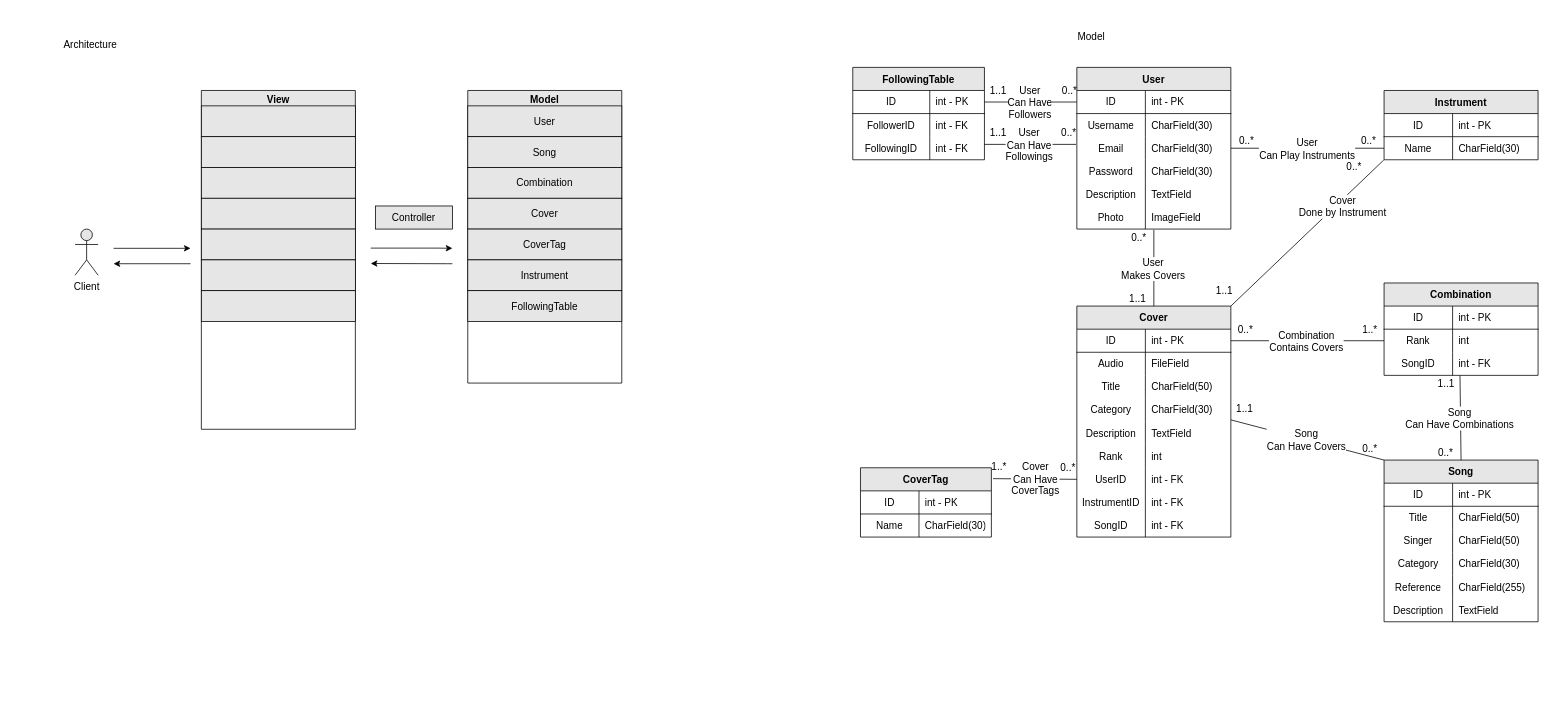
This is system_architecture.drawio from zz-zye/swpp-design, a draw.io file, before an edit. Source tidied: cells renumbered, new cells numbered last; positions are measured from the earlier drawing's top-left corner, leaving out a move shared by most shapes. Both pictures are drawn from the tidied source at 77%, with x=0, y=0 at pixel (13, 13).
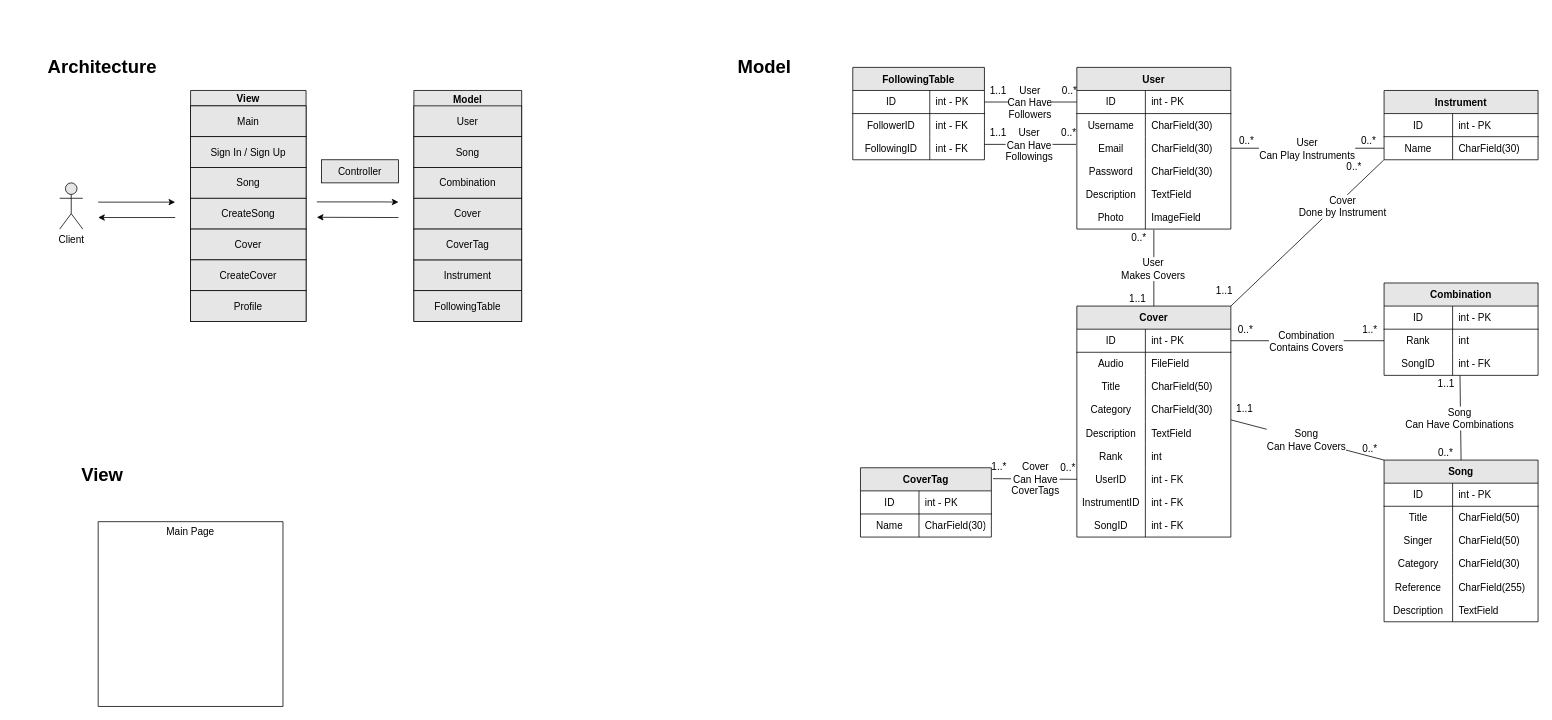
The same page after the edit.

Commit message:
slight change to model, added view

The edit, as a diff of the source:
```diff
@@
     <mxCell id="2" style="edgeStyle=orthogonalEdgeStyle;rounded=0;orthogonalLoop=1;jettySize=auto;html=1;exitX=1;exitY=0.25;exitDx=0;exitDy=0;entryX=0;entryY=0.25;entryDx=0;entryDy=0;fontFamily=Helvetica;fontColor=#000000;labelBackgroundColor=none;labelBorderColor=none;strokeColor=#000000;fontSize=13;" parent="1" edge="1">
       <mxGeometry relative="1" as="geometry">
-        <mxPoint x="130" y="305" as="sourcePoint" />
-        <mxPoint x="230" y="305" as="targetPoint" />
+        <mxPoint x="110" y="245" as="sourcePoint" />
+        <mxPoint x="210" y="245" as="targetPoint" />
       </mxGeometry>
     </mxCell>
     <mxCell id="3" style="edgeStyle=orthogonalEdgeStyle;rounded=0;orthogonalLoop=1;jettySize=auto;html=1;exitX=0;exitY=0.75;exitDx=0;exitDy=0;entryX=1;entryY=0.75;entryDx=0;entryDy=0;fontFamily=Helvetica;fontColor=#000000;labelBackgroundColor=none;labelBorderColor=none;strokeColor=#000000;fontSize=13;" parent="1" edge="1">
       <mxGeometry relative="1" as="geometry">
-        <mxPoint x="230" y="325" as="sourcePoint" />
-        <mxPoint x="130" y="325" as="targetPoint" />
+        <mxPoint x="210" y="265" as="sourcePoint" />
+        <mxPoint x="110" y="265" as="targetPoint" />
         <Array as="points">
-          <mxPoint x="230" y="325" />
-          <mxPoint x="230" y="325" />
+          <mxPoint x="210" y="265" />
+          <mxPoint x="210" y="265" />
         </Array>
       </mxGeometry>
     </mxCell>
-    <mxCell id="4" value="View" style="swimlane;fontFamily=Helvetica;fontColor=#000000;labelBackgroundColor=none;labelBorderColor=none;strokeColor=#000000;fillColor=#E6E6E6;fontSize=13;" parent="1" vertex="1">
-      <mxGeometry x="244" y="100" width="200" height="440" as="geometry" />
+    <mxCell id="4" value="View" style="swimlane;fontFamily=Helvetica;fontColor=#000000;labelBackgroundColor=none;labelBorderColor=none;strokeColor=#000000;fillColor=#E6E6E6;fontSize=13;startSize=20;" parent="1" vertex="1">
+      <mxGeometry x="230" y="100" width="150" height="300" as="geometry" />
     </mxCell>
-    <mxCell id="5" style="whiteSpace=wrap;html=1;fontFamily=Helvetica;fontColor=#000000;labelBackgroundColor=none;labelBorderColor=none;strokeColor=#000000;fillColor=#E6E6E6;fontSize=13;" parent="4" vertex="1">
-      <mxGeometry y="20" width="200" height="40" as="geometry" />
+    <mxCell id="5" value="Main" style="whiteSpace=wrap;html=1;fontFamily=Helvetica;fontColor=#000000;labelBackgroundColor=none;labelBorderColor=none;strokeColor=#000000;fillColor=#E6E6E6;fontSize=13;" parent="4" vertex="1">
+      <mxGeometry y="20" width="150" height="40" as="geometry" />
     </mxCell>
-    <mxCell id="6" style="whiteSpace=wrap;html=1;fontFamily=Helvetica;fontColor=#000000;labelBackgroundColor=none;labelBorderColor=none;strokeColor=#000000;fillColor=#E6E6E6;fontSize=13;" parent="4" vertex="1">
-      <mxGeometry y="60" width="200" height="40" as="geometry" />
+    <mxCell id="6" value="Sign In / Sign Up" style="whiteSpace=wrap;html=1;fontFamily=Helvetica;fontColor=#000000;labelBackgroundColor=none;labelBorderColor=none;strokeColor=#000000;fillColor=#E6E6E6;fontSize=13;" parent="4" vertex="1">
+      <mxGeometry y="60" width="150" height="40" as="geometry" />
     </mxCell>
-    <mxCell id="7" style="whiteSpace=wrap;html=1;fontFamily=Helvetica;fontColor=#000000;labelBackgroundColor=none;labelBorderColor=none;strokeColor=#000000;fillColor=#E6E6E6;fontSize=13;" parent="4" vertex="1">
-      <mxGeometry y="100" width="200" height="40" as="geometry" />
+    <mxCell id="7" value="Song" style="whiteSpace=wrap;html=1;fontFamily=Helvetica;fontColor=#000000;labelBackgroundColor=none;labelBorderColor=none;strokeColor=#000000;fillColor=#E6E6E6;fontSize=13;" parent="4" vertex="1">
+      <mxGeometry y="100" width="150" height="40" as="geometry" />
     </mxCell>
-    <mxCell id="8" style="whiteSpace=wrap;html=1;fontFamily=Helvetica;fontColor=#000000;labelBackgroundColor=none;labelBorderColor=none;strokeColor=#000000;fillColor=#E6E6E6;fontSize=13;" parent="4" vertex="1">
-      <mxGeometry y="140" width="200" height="40" as="geometry" />
+    <mxCell id="8" value="CreateSong" style="whiteSpace=wrap;html=1;fontFamily=Helvetica;fontColor=#000000;labelBackgroundColor=none;labelBorderColor=none;strokeColor=#000000;fillColor=#E6E6E6;fontSize=13;" parent="4" vertex="1">
+      <mxGeometry y="140" width="150" height="40" as="geometry" />
     </mxCell>
-    <mxCell id="9" style="whiteSpace=wrap;html=1;fontFamily=Helvetica;fontColor=#000000;labelBackgroundColor=none;labelBorderColor=none;strokeColor=#000000;fillColor=#E6E6E6;fontSize=13;" parent="4" vertex="1">
-      <mxGeometry y="180" width="200" height="40" as="geometry" />
+    <mxCell id="9" value="Cover" style="whiteSpace=wrap;html=1;fontFamily=Helvetica;fontColor=#000000;labelBackgroundColor=none;labelBorderColor=none;strokeColor=#000000;fillColor=#E6E6E6;fontSize=13;" parent="4" vertex="1">
+      <mxGeometry y="180" width="150" height="40" as="geometry" />
     </mxCell>
-    <mxCell id="10" style="whiteSpace=wrap;html=1;fontFamily=Helvetica;fontColor=#000000;labelBackgroundColor=none;labelBorderColor=none;strokeColor=#000000;fillColor=#E6E6E6;fontSize=13;" parent="4" vertex="1">
-      <mxGeometry y="220" width="200" height="40" as="geometry" />
+    <mxCell id="10" value="CreateCover" style="whiteSpace=wrap;html=1;fontFamily=Helvetica;fontColor=#000000;labelBackgroundColor=none;labelBorderColor=none;strokeColor=#000000;fillColor=#E6E6E6;fontSize=13;" parent="4" vertex="1">
+      <mxGeometry y="220" width="150" height="40" as="geometry" />
     </mxCell>
-    <mxCell id="11" style="whiteSpace=wrap;html=1;fontFamily=Helvetica;fontColor=#000000;labelBackgroundColor=none;labelBorderColor=none;strokeColor=#000000;fillColor=#E6E6E6;fontSize=13;" parent="4" vertex="1">
-      <mxGeometry y="260" width="200" height="40" as="geometry" />
+    <mxCell id="11" value="Profile" style="whiteSpace=wrap;html=1;fontFamily=Helvetica;fontColor=#000000;labelBackgroundColor=none;labelBorderColor=none;strokeColor=#000000;fillColor=#E6E6E6;fontSize=13;" parent="4" vertex="1">
+      <mxGeometry y="260" width="150" height="40" as="geometry" />
     </mxCell>
     <mxCell id="12" value="Controller" style="rounded=0;whiteSpace=wrap;html=1;fontFamily=Helvetica;fontColor=#000000;labelBackgroundColor=none;labelBorderColor=none;strokeColor=#000000;fillColor=#E6E6E6;fontSize=13;" parent="1" vertex="1">
-      <mxGeometry x="470" y="250" width="100" height="30" as="geometry" />
+      <mxGeometry x="400" y="190" width="100" height="30" as="geometry" />
     </mxCell>
     <mxCell id="13" style="edgeStyle=orthogonalEdgeStyle;rounded=0;orthogonalLoop=1;jettySize=auto;html=1;exitX=1;exitY=0.25;exitDx=0;exitDy=0;fontFamily=Helvetica;fontColor=#000000;labelBackgroundColor=none;labelBorderColor=none;strokeColor=#000000;fontSize=13;" parent="1" edge="1">
       <mxGeometry relative="1" as="geometry">
-        <mxPoint x="464" y="304.7" as="sourcePoint" />
-        <mxPoint x="570" y="305" as="targetPoint" />
+        <mxPoint x="394" y="244.7" as="sourcePoint" />
+        <mxPoint x="500" y="245" as="targetPoint" />
         <Array as="points">
-          <mxPoint x="550" y="305" />
-          <mxPoint x="550" y="305" />
+          <mxPoint x="480" y="245" />
+          <mxPoint x="480" y="245" />
         </Array>
       </mxGeometry>
     </mxCell>
     <mxCell id="14" style="edgeStyle=orthogonalEdgeStyle;rounded=0;orthogonalLoop=1;jettySize=auto;html=1;entryX=1;entryY=0.75;entryDx=0;entryDy=0;fontFamily=Helvetica;fontColor=#000000;labelBackgroundColor=none;labelBorderColor=none;strokeColor=#000000;fontSize=13;" parent="1" edge="1">
       <mxGeometry relative="1" as="geometry">
-        <mxPoint x="570" y="325" as="sourcePoint" />
-        <mxPoint x="464" y="324.7" as="targetPoint" />
+        <mxPoint x="500" y="265" as="sourcePoint" />
+        <mxPoint x="394" y="264.7" as="targetPoint" />
         <Array as="points">
-          <mxPoint x="564" y="324.7" />
-          <mxPoint x="564" y="324.7" />
+          <mxPoint x="494" y="264.7" />
+          <mxPoint x="494" y="264.7" />
         </Array>
       </mxGeometry>
     </mxCell>
     <mxCell id="15" value="Model" style="swimlane;fontFamily=Helvetica;fontColor=#000000;labelBackgroundColor=none;labelBorderColor=none;strokeColor=#000000;fillColor=#E6E6E6;fontSize=13;" parent="1" vertex="1">
-      <mxGeometry x="590" y="100" width="200" height="380" as="geometry" />
+      <mxGeometry x="520" y="100" width="140" height="300" as="geometry" />
     </mxCell>
-    <mxCell id="16" value="User" style="whiteSpace=wrap;html=1;fontFamily=Helvetica;fontColor=#000000;labelBackgroundColor=none;labelBorderColor=none;fillColor=#E6E6E6;strokeColor=#000000;fontSize=13;" parent="15" vertex="1">
-      <mxGeometry y="20" width="200" height="40" as="geometry" />
-    </mxCell>
-    <mxCell id="17" value="Song" style="whiteSpace=wrap;html=1;fontFamily=Helvetica;fontColor=#000000;labelBackgroundColor=none;labelBorderColor=none;fillColor=#E6E6E6;strokeColor=#000000;fontSize=13;" parent="15" vertex="1">
-      <mxGeometry y="60" width="200" height="40" as="geometry" />
-    </mxCell>
-    <mxCell id="18" value="Combination" style="whiteSpace=wrap;html=1;fontFamily=Helvetica;fontColor=#000000;labelBackgroundColor=none;labelBorderColor=none;fillColor=#E6E6E6;strokeColor=#000000;fontSize=13;" parent="15" vertex="1">
-      <mxGeometry y="100" width="200" height="40" as="geometry" />
-    </mxCell>
-    <mxCell id="19" value="Cover" style="whiteSpace=wrap;html=1;fontFamily=Helvetica;fontColor=#000000;labelBackgroundColor=none;labelBorderColor=none;fillColor=#E6E6E6;strokeColor=#000000;fontSize=13;" parent="15" vertex="1">
-      <mxGeometry y="140" width="200" height="40" as="geometry" />
-    </mxCell>
-    <mxCell id="20" value="CoverTag" style="whiteSpace=wrap;html=1;fontFamily=Helvetica;fontColor=#000000;labelBackgroundColor=none;labelBorderColor=none;fillColor=#E6E6E6;strokeColor=#000000;fontSize=13;" parent="15" vertex="1">
-      <mxGeometry y="180" width="200" height="40" as="geometry" />
-    </mxCell>
-    <mxCell id="21" value="&lt;span style=&quot;font-size: 13px;&quot;&gt;Instrument&lt;/span&gt;" style="whiteSpace=wrap;html=1;fontFamily=Helvetica;fontColor=#000000;labelBackgroundColor=none;labelBorderColor=none;fillColor=#E6E6E6;strokeColor=#000000;fontSize=13;" parent="15" vertex="1">
-      <mxGeometry y="220" width="200" height="40" as="geometry" />
-    </mxCell>
-    <mxCell id="22" value="&lt;span style=&quot;font-size: 13px;&quot;&gt;FollowingTable&lt;/span&gt;" style="whiteSpace=wrap;html=1;fontFamily=Helvetica;fontColor=#000000;labelBackgroundColor=none;labelBorderColor=none;fillColor=#E6E6E6;strokeColor=#000000;fontSize=13;" parent="15" vertex="1">
-      <mxGeometry y="260" width="200" height="40" as="geometry" />
-    </mxCell>
     <mxCell id="23" value="Client" style="shape=umlActor;verticalLabelPosition=bottom;verticalAlign=top;html=1;fontFamily=Helvetica;fontColor=#000000;labelBackgroundColor=none;labelBorderColor=none;strokeColor=#000000;fillColor=#E6E6E6;fontSize=13;" parent="1" vertex="1">
-      <mxGeometry x="80" y="280" width="30" height="60" as="geometry" />
+      <mxGeometry x="60" y="220" width="30" height="60" as="geometry" />
     </mxCell>
-    <mxCell id="24" value="Architecture" style="text;html=1;strokeColor=none;fillColor=none;align=center;verticalAlign=middle;whiteSpace=wrap;rounded=0;fontFamily=Helvetica;fontSize=13;fontColor=#000000;labelBackgroundColor=none;labelBorderColor=none;" parent="1" vertex="1">
-      <mxGeometry y="10" width="200" height="60" as="geometry" />
-    </mxCell>
-    <mxCell id="25" value="Model" style="text;html=1;strokeColor=none;fillColor=none;align=center;verticalAlign=middle;whiteSpace=wrap;rounded=0;fontFamily=Helvetica;fontSize=13;fontColor=#000000;labelBackgroundColor=none;labelBorderColor=none;" parent="1" vertex="1">
-      <mxGeometry x="1300" width="200" height="60" as="geometry" />
-    </mxCell>
@@
+    <mxCell id="162" style="swimlane;startSize=0;labelBackgroundColor=#ffffff;fontSize=13;fontColor=#000000;strokeColor=#000000;fillColor=#E6E6E6;" parent="1" vertex="1">
+      <mxGeometry x="110" y="660" width="240" height="240" as="geometry" />
+    </mxCell>
+    <mxCell id="163" value="Main Page" style="text;html=1;strokeColor=none;fillColor=none;align=center;verticalAlign=middle;whiteSpace=wrap;rounded=0;labelBackgroundColor=#ffffff;fontSize=13;fontColor=#000000;startSize=30;" parent="162" vertex="1">
+      <mxGeometry x="40" y="3" width="160" height="20" as="geometry" />
+    </mxCell>
+    <mxCell id="21" value="&lt;span style=&quot;font-size: 13px;&quot;&gt;Instrument&lt;/span&gt;" style="whiteSpace=wrap;html=1;fontFamily=Helvetica;fontColor=#000000;labelBackgroundColor=none;labelBorderColor=none;fillColor=#E6E6E6;strokeColor=#000000;fontSize=13;" parent="1" vertex="1">
+      <mxGeometry x="520" y="320" width="140" height="40" as="geometry" />
+    </mxCell>
+    <mxCell id="16" value="User" style="whiteSpace=wrap;html=1;fontFamily=Helvetica;fontColor=#000000;labelBackgroundColor=none;labelBorderColor=none;fillColor=#E6E6E6;strokeColor=#000000;fontSize=13;" parent="1" vertex="1">
+      <mxGeometry x="520" y="120" width="140" height="40" as="geometry" />
+    </mxCell>
+    <mxCell id="17" value="Song" style="whiteSpace=wrap;html=1;fontFamily=Helvetica;fontColor=#000000;labelBackgroundColor=none;labelBorderColor=none;fillColor=#E6E6E6;strokeColor=#000000;fontSize=13;" parent="1" vertex="1">
+      <mxGeometry x="520" y="160" width="140" height="40" as="geometry" />
+    </mxCell>
+    <mxCell id="18" value="Combination" style="whiteSpace=wrap;html=1;fontFamily=Helvetica;fontColor=#000000;labelBackgroundColor=none;labelBorderColor=none;fillColor=#E6E6E6;strokeColor=#000000;fontSize=13;" parent="1" vertex="1">
+      <mxGeometry x="520" y="200" width="140" height="40" as="geometry" />
+    </mxCell>
+    <mxCell id="19" value="Cover" style="whiteSpace=wrap;html=1;fontFamily=Helvetica;fontColor=#000000;labelBackgroundColor=none;labelBorderColor=none;fillColor=#E6E6E6;strokeColor=#000000;fontSize=13;" parent="1" vertex="1">
+      <mxGeometry x="520" y="240" width="140" height="40" as="geometry" />
+    </mxCell>
+    <mxCell id="20" value="CoverTag" style="whiteSpace=wrap;html=1;fontFamily=Helvetica;fontColor=#000000;labelBackgroundColor=none;labelBorderColor=none;fillColor=#E6E6E6;strokeColor=#000000;fontSize=13;" parent="1" vertex="1">
+      <mxGeometry x="520" y="280" width="140" height="40" as="geometry" />
+    </mxCell>
+    <mxCell id="22" value="&lt;span style=&quot;font-size: 13px;&quot;&gt;FollowingTable&lt;/span&gt;" style="whiteSpace=wrap;html=1;fontFamily=Helvetica;fontColor=#000000;labelBackgroundColor=none;labelBorderColor=none;fillColor=#E6E6E6;strokeColor=#000000;fontSize=13;" parent="1" vertex="1">
+      <mxGeometry x="520" y="360" width="140" height="40" as="geometry" />
+    </mxCell>
+    <mxCell id="24" value="Architecture" style="text;strokeColor=none;fillColor=none;html=1;fontSize=24;fontStyle=1;verticalAlign=middle;align=center;labelBackgroundColor=#ffffff;fontColor=#000000;startSize=30;" parent="1" vertex="1">
+      <mxGeometry x="30" y="50" width="170" height="40" as="geometry" />
+    </mxCell>
+    <mxCell id="25" value="Model" style="text;strokeColor=none;fillColor=none;html=1;fontSize=24;fontStyle=1;verticalAlign=middle;align=center;labelBackgroundColor=#ffffff;fontColor=#000000;startSize=30;" parent="1" vertex="1">
+      <mxGeometry x="890" y="50" width="170" height="40" as="geometry" />
+    </mxCell>
+    <mxCell id="164" value="View" style="text;strokeColor=none;fillColor=none;html=1;fontSize=24;fontStyle=1;verticalAlign=middle;align=center;labelBackgroundColor=#ffffff;fontColor=#000000;startSize=30;" parent="1" vertex="1">
+      <mxGeometry x="30" y="580" width="170" height="40" as="geometry" />
+    </mxCell>
```
